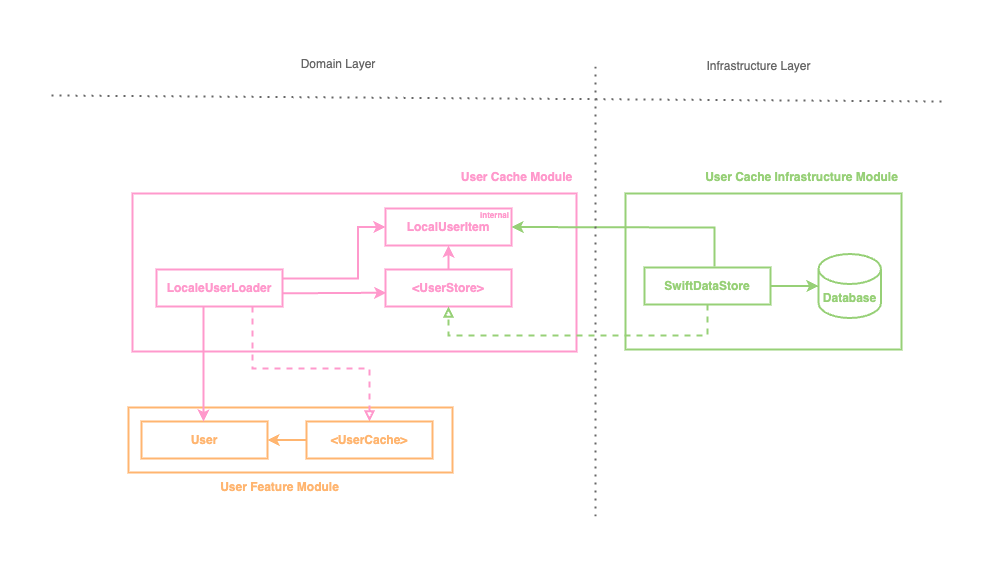
mushthak/TDDSwiftDataMVVM keeps this draw.io diagram as Architecture.png. Above is the earlier version. Source tidied: cells renumbered, new cells last; positions are measured from the earlier drawing's top-left corner, leaving out a move shared by most shapes. Source of this version:
```xml
<mxGraphModel>
  <root>
    <mxCell id="0" />
    <mxCell id="1" parent="0" />
    <mxCell id="2" style="rounded=0;whiteSpace=wrap;html=1;strokeColor=#97D077;strokeWidth=2;fontStyle=1;" parent="1" vertex="1">
      <mxGeometry x="574" y="144" width="276" height="156" as="geometry" />
    </mxCell>
    <mxCell id="3" style="rounded=0;whiteSpace=wrap;html=1;strokeColor=#FF99CC;strokeWidth=2;fontStyle=1;" parent="1" vertex="1">
      <mxGeometry x="81" y="144" width="444" height="158" as="geometry" />
    </mxCell>
    <mxCell id="4" style="rounded=0;whiteSpace=wrap;html=1;strokeColor=#FFB570;strokeWidth=2;fontStyle=1;" parent="1" vertex="1">
      <mxGeometry x="77" y="358" width="324" height="65" as="geometry" />
    </mxCell>
    <mxCell id="5" value="User" style="rounded=0;whiteSpace=wrap;html=1;strokeColor=#FFB570;strokeWidth=2;fontColor=#FFB570;fontStyle=1;" parent="1" vertex="1">
      <mxGeometry x="90" y="372" width="126" height="37" as="geometry" />
    </mxCell>
    <mxCell id="6" value="User Feature Module" style="text;html=1;align=center;verticalAlign=middle;strokeColor=none;fillColor=none;fontColor=#FFB570;fontStyle=1;" parent="1" vertex="1">
      <mxGeometry x="162" y="425" width="131" height="26" as="geometry" />
    </mxCell>
    <mxCell id="7" style="edgeStyle=orthogonalEdgeStyle;rounded=0;jettySize=auto;html=1;entryX=0;entryY=0.5;entryDx=0;entryDy=0;strokeColor=#FF99CC;strokeWidth=2;fontStyle=1;" parent="1" edge="1" source="10" target="12">
      <mxGeometry relative="1" as="geometry">
        <Array as="points">
          <mxPoint x="306.5" y="229" />
          <mxPoint x="306.5" y="178" />
        </Array>
      </mxGeometry>
    </mxCell>
    <mxCell id="8" style="edgeStyle=orthogonalEdgeStyle;rounded=0;jettySize=auto;html=1;strokeColor=#FF99CC;fontColor=#FF99CC;fontStyle=1;strokeWidth=2;exitX=0.124;exitY=0.998;exitDx=0;exitDy=0;exitPerimeter=0;entryX=0.5;entryY=0;entryDx=0;entryDy=0;" parent="1" edge="1" target="5">
      <mxGeometry relative="1" as="geometry">
        <mxPoint x="132" y="233" as="sourcePoint" />
        <Array as="points">
          <mxPoint x="152" y="233" />
          <mxPoint x="152" y="372" />
        </Array>
      </mxGeometry>
    </mxCell>
    <mxCell id="9" style="edgeStyle=orthogonalEdgeStyle;rounded=0;jettySize=auto;html=1;entryX=0.5;entryY=0;entryDx=0;entryDy=0;endArrow=block;strokeColor=#FF99CC;fontColor=#FF99CC;endFill=0;dashed=1;fontStyle=1;strokeWidth=2;" parent="1" edge="1" source="10" target="20">
      <mxGeometry relative="1" as="geometry">
        <Array as="points">
          <mxPoint x="201" y="319" />
          <mxPoint x="318" y="319" />
        </Array>
      </mxGeometry>
    </mxCell>
    <mxCell id="10" value="LocaleUserLoader" style="rounded=0;whiteSpace=wrap;html=1;strokeColor=#FF99CC;strokeWidth=2;fontColor=#FF99CC;fontStyle=1;" parent="1" vertex="1">
      <mxGeometry x="105" y="220" width="126" height="37" as="geometry" />
    </mxCell>
    <mxCell id="11" value="&amp;lt;UserStore&amp;gt;" style="rounded=0;whiteSpace=wrap;html=1;strokeColor=#FF99CC;strokeWidth=2;fontColor=#FF99CC;fontStyle=1;" parent="1" vertex="1">
      <mxGeometry x="334" y="220" width="126" height="37" as="geometry" />
    </mxCell>
    <mxCell id="12" value="LocalUserItem" style="rounded=0;whiteSpace=wrap;html=1;strokeColor=#FF99CC;strokeWidth=2;fontColor=#FF99CC;fontStyle=1;" parent="1" vertex="1">
      <mxGeometry x="334" y="159" width="126" height="37" as="geometry" />
    </mxCell>
    <mxCell id="13" style="endArrow=classic;html=1;rounded=0;strokeColor=#FF99CC;exitX=0.5;exitY=0;exitDx=0;exitDy=0;entryX=0.5;entryY=1;entryDx=0;entryDy=0;fontStyle=1;strokeWidth=2;" parent="1" edge="1" source="11" target="12">
      <mxGeometry relative="1" as="geometry" />
    </mxCell>
    <mxCell id="14" value="User Cache Module" style="text;html=1;align=center;verticalAlign=middle;strokeColor=none;fillColor=none;fontColor=#FF99CC;fontStyle=1;" parent="1" vertex="1">
      <mxGeometry x="403" y="115" width="124" height="26" as="geometry" />
    </mxCell>
    <mxCell id="15" style="edgeStyle=orthogonalEdgeStyle;rounded=0;jettySize=auto;html=1;entryX=0.5;entryY=1;entryDx=0;entryDy=0;strokeColor=#97D077;dashed=1;endArrow=block;endFill=0;strokeWidth=2;fontStyle=1;align=center;verticalAlign=middle;fontFamily=Helvetica;fontSize=12;fontColor=default;fillColor=default;exitX=0.5;exitY=1;exitDx=0;exitDy=0;" parent="1" edge="1" source="17" target="11">
      <mxGeometry relative="1" as="geometry">
        <Array as="points">
          <mxPoint x="656" y="286" />
          <mxPoint x="397" y="286" />
        </Array>
      </mxGeometry>
    </mxCell>
    <mxCell id="16" style="edgeStyle=orthogonalEdgeStyle;rounded=0;jettySize=auto;html=1;entryX=1;entryY=0.5;entryDx=0;entryDy=0;strokeColor=#97D077;strokeWidth=2;align=center;verticalAlign=middle;fontFamily=Helvetica;fontSize=12;fontColor=default;fontStyle=1;labelBackgroundColor=default;endArrow=classic;fillColor=default;exitX=0.556;exitY=-0.027;exitDx=0;exitDy=0;exitPerimeter=0;" parent="1" edge="1" source="17" target="12">
      <mxGeometry relative="1" as="geometry">
        <Array as="points">
          <mxPoint x="643" y="178" />
          <mxPoint x="596" y="178" />
        </Array>
      </mxGeometry>
    </mxCell>
    <mxCell id="17" value="SwiftDataStore" style="rounded=0;whiteSpace=wrap;html=1;strokeColor=#97D077;strokeWidth=2;fontColor=#97D077;fontStyle=1;align=center;verticalAlign=middle;fontFamily=Helvetica;fontSize=12;fillColor=default;" parent="1" vertex="1">
      <mxGeometry x="593" y="218" width="126" height="37" as="geometry" />
    </mxCell>
    <mxCell id="18" value="Database" style="shape=cylinder3;whiteSpace=wrap;html=1;boundedLbl=1;backgroundOutline=1;size=15;fillColor=default;fontColor=#97D077;strokeColor=#97D077;fontStyle=1;rounded=0;strokeWidth=2;align=center;verticalAlign=middle;fontFamily=Helvetica;fontSize=12;" parent="1" vertex="1">
      <mxGeometry x="767" y="204.5" width="62.5" height="64" as="geometry" />
    </mxCell>
    <mxCell id="19" style="endArrow=classic;html=1;rounded=0;strokeColor=#FF99CC;fontStyle=1;strokeWidth=2;exitX=0.998;exitY=0.644;exitDx=0;exitDy=0;exitPerimeter=0;entryX=0.006;entryY=0.628;entryDx=0;entryDy=0;entryPerimeter=0;" parent="1" edge="1" source="10" target="11">
      <mxGeometry relative="1" as="geometry" />
    </mxCell>
    <mxCell id="20" value="&amp;lt;UserCache&amp;gt;" style="rounded=0;whiteSpace=wrap;html=1;strokeColor=#FFB570;strokeWidth=2;fontColor=#FFB570;fontStyle=1;" parent="1" vertex="1">
      <mxGeometry x="255" y="372" width="126" height="37" as="geometry" />
    </mxCell>
    <mxCell id="21" style="edgeStyle=orthogonalEdgeStyle;rounded=0;jettySize=auto;html=1;strokeColor=#FFB570;fontColor=#FF99CC;fontStyle=1;strokeWidth=2;entryX=1;entryY=0.5;entryDx=0;entryDy=0;" parent="1" edge="1" source="20" target="5">
      <mxGeometry relative="1" as="geometry" />
    </mxCell>
    <mxCell id="22" style="edgeStyle=orthogonalEdgeStyle;rounded=0;jettySize=auto;html=1;entryX=0;entryY=0.5;entryDx=0;entryDy=0;entryPerimeter=0;strokeColor=#97D077;strokeWidth=2;align=center;verticalAlign=middle;fontFamily=Helvetica;fontSize=12;fontColor=default;fontStyle=1;labelBackgroundColor=default;endArrow=classic;fillColor=default;" parent="1" edge="1" source="17" target="18">
      <mxGeometry relative="1" as="geometry" />
    </mxCell>
    <mxCell id="23" value="User Cache Infrastructure Module" style="text;html=1;align=center;verticalAlign=middle;strokeColor=none;fillColor=none;fontColor=#97D077;fontStyle=1;" parent="1" vertex="1">
      <mxGeometry x="650.8" y="115" width="198" height="26" as="geometry" />
    </mxCell>
    <mxCell id="24" value="&lt;font style=&quot;font-size: 8px;&quot;&gt;internal&lt;/font&gt;" style="text;html=1;align=center;verticalAlign=middle;strokeColor=none;fillColor=none;fontColor=#FF99CC;fontSize=8;fontStyle=1;" parent="1" vertex="1">
      <mxGeometry x="419" y="155" width="47" height="22" as="geometry" />
    </mxCell>
    <mxCell id="25" style="endArrow=none;dashed=1;html=1;dashPattern=1 3;strokeWidth=2;rounded=0;strokeColor=#666666;" parent="1" edge="1">
      <mxGeometry relative="1" as="geometry">
        <mxPoint x="544" y="467" as="sourcePoint" />
        <mxPoint x="544" y="16" as="targetPoint" />
      </mxGeometry>
    </mxCell>
    <mxCell id="26" value="Domain Layer" style="text;html=1;align=center;verticalAlign=middle;whiteSpace=wrap;rounded=0;fontColor=#666666;" parent="1" vertex="1">
      <mxGeometry x="238" width="98" height="30" as="geometry" />
    </mxCell>
    <mxCell id="27" value="Infrastructure Layer" style="text;html=1;align=center;verticalAlign=middle;whiteSpace=wrap;rounded=0;fontColor=#666666;" parent="1" vertex="1">
      <mxGeometry x="640" y="2" width="135" height="30" as="geometry" />
    </mxCell>
    <mxCell id="28" style="endArrow=none;dashed=1;html=1;dashPattern=1 3;strokeWidth=2;rounded=0;strokeColor=#666666;" parent="1" edge="1">
      <mxGeometry relative="1" as="geometry">
        <mxPoint y="46" as="sourcePoint" />
        <mxPoint x="891" y="52" as="targetPoint" />
      </mxGeometry>
    </mxCell>
  </root>
</mxGraphModel>
```
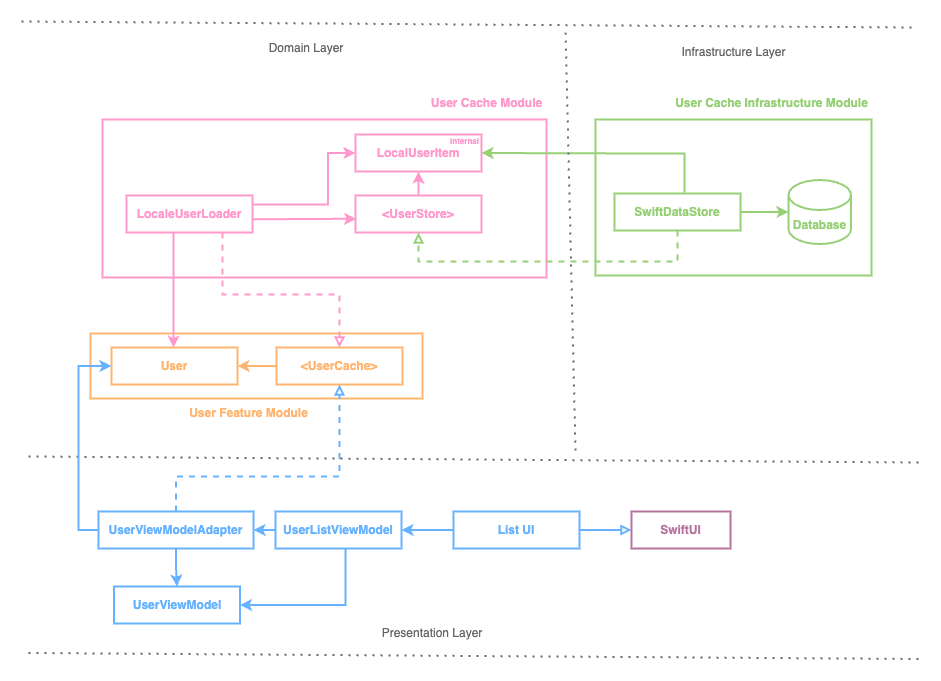
Later version of the same file.

Commit message:
Move `UserListViewModel` to it's own file in production

The edit, as a diff of the source:
```diff
@@ -9,7 +9,7 @@
       <mxGeometry x="81" y="144" width="444" height="158" as="geometry" />
     </mxCell>
     <mxCell id="4" style="rounded=0;whiteSpace=wrap;html=1;strokeColor=#FFB570;strokeWidth=2;fontStyle=1;" parent="1" vertex="1">
-      <mxGeometry x="77" y="358" width="324" height="65" as="geometry" />
+      <mxGeometry x="69" y="358" width="332" height="65" as="geometry" />
     </mxCell>
     <mxCell id="5" value="User" style="rounded=0;whiteSpace=wrap;html=1;strokeColor=#FFB570;strokeWidth=2;fontColor=#FFB570;fontStyle=1;" parent="1" vertex="1">
       <mxGeometry x="90" y="372" width="126" height="37" as="geometry" />
@@ -97,23 +97,83 @@
     <mxCell id="24" value="&lt;font style=&quot;font-size: 8px;&quot;&gt;internal&lt;/font&gt;" style="text;html=1;align=center;verticalAlign=middle;strokeColor=none;fillColor=none;fontColor=#FF99CC;fontSize=8;fontStyle=1;" parent="1" vertex="1">
       <mxGeometry x="419" y="155" width="47" height="22" as="geometry" />
     </mxCell>
-    <mxCell id="25" style="endArrow=none;dashed=1;html=1;dashPattern=1 3;strokeWidth=2;rounded=0;strokeColor=#666666;" parent="1" edge="1">
-      <mxGeometry relative="1" as="geometry">
-        <mxPoint x="544" y="467" as="sourcePoint" />
-        <mxPoint x="544" y="16" as="targetPoint" />
-      </mxGeometry>
+    <mxCell id="25" value="Domain Layer" style="text;html=1;align=center;verticalAlign=middle;whiteSpace=wrap;rounded=0;fontColor=#666666;" parent="1" vertex="1">
+      <mxGeometry x="236" y="58" width="98" height="30" as="geometry" />
     </mxCell>
-    <mxCell id="26" value="Domain Layer" style="text;html=1;align=center;verticalAlign=middle;whiteSpace=wrap;rounded=0;fontColor=#666666;" parent="1" vertex="1">
-      <mxGeometry x="238" width="98" height="30" as="geometry" />
+    <mxCell id="26" value="Infrastructure Layer" style="text;html=1;align=center;verticalAlign=middle;whiteSpace=wrap;rounded=0;fontColor=#666666;" parent="1" vertex="1">
+      <mxGeometry x="644.5" y="62" width="135" height="30" as="geometry" />
     </mxCell>
-    <mxCell id="27" value="Infrastructure Layer" style="text;html=1;align=center;verticalAlign=middle;whiteSpace=wrap;rounded=0;fontColor=#666666;" parent="1" vertex="1">
-      <mxGeometry x="640" y="2" width="135" height="30" as="geometry" />
+    <mxCell id="27" style="endArrow=none;dashed=1;html=1;dashPattern=1 3;strokeWidth=2;rounded=0;strokeColor=#666666;" parent="1" edge="1">
+      <mxGeometry relative="1" as="geometry">
+        <mxPoint y="46" as="sourcePoint" />
+        <mxPoint x="891" y="52" as="targetPoint" />
+      </mxGeometry>
     </mxCell>
     <mxCell id="28" style="endArrow=none;dashed=1;html=1;dashPattern=1 3;strokeWidth=2;rounded=0;strokeColor=#666666;" parent="1" edge="1">
       <mxGeometry relative="1" as="geometry">
-        <mxPoint y="46" as="sourcePoint" />
-        <mxPoint x="891" y="52" as="targetPoint" />
+        <mxPoint x="7" y="481" as="sourcePoint" />
+        <mxPoint x="898" y="487" as="targetPoint" />
       </mxGeometry>
     </mxCell>
+    <mxCell id="29" value="Presentation Layer" style="text;html=1;align=center;verticalAlign=middle;whiteSpace=wrap;rounded=0;fontColor=#666666;" parent="1" vertex="1">
+      <mxGeometry x="350" y="643" width="122" height="30" as="geometry" />
+    </mxCell>
+    <mxCell id="30" style="edgeStyle=orthogonalEdgeStyle;rounded=0;jettySize=auto;html=1;entryX=1;entryY=0.5;entryDx=0;entryDy=0;strokeColor=#66B2FF;strokeWidth=2;align=center;verticalAlign=middle;fontFamily=Helvetica;fontSize=12;fontColor=#66B2FF;fontStyle=1;labelBackgroundColor=default;endArrow=classic;fillColor=default;exitX=0;exitY=0.5;exitDx=0;exitDy=0;" parent="1" edge="1" source="32" target="36">
+      <mxGeometry relative="1" as="geometry" />
+    </mxCell>
+    <mxCell id="31" style="edgeStyle=orthogonalEdgeStyle;rounded=0;jettySize=auto;html=1;entryX=1;entryY=0.5;entryDx=0;entryDy=0;strokeColor=#66B2FF;strokeWidth=2;align=center;verticalAlign=middle;fontFamily=Helvetica;fontSize=12;fontColor=#66B2FF;fontStyle=1;labelBackgroundColor=default;endArrow=classic;fillColor=default;" parent="1" edge="1" source="32" target="43">
+      <mxGeometry relative="1" as="geometry">
+        <Array as="points">
+          <mxPoint x="324" y="630" />
+        </Array>
+      </mxGeometry>
+    </mxCell>
+    <mxCell id="32" value="UserListViewModel" style="rounded=0;whiteSpace=wrap;html=1;strokeColor=#66B2FF;strokeWidth=2;fontColor=#66B2FF;fontStyle=1;" parent="1" vertex="1">
+      <mxGeometry x="254" y="536" width="126" height="37" as="geometry" />
+    </mxCell>
+    <mxCell id="33" style="edgeStyle=orthogonalEdgeStyle;rounded=0;jettySize=auto;html=1;entryX=0.5;entryY=1;entryDx=0;entryDy=0;dashed=1;strokeColor=#66B2FF;strokeWidth=2;align=center;verticalAlign=middle;fontFamily=Helvetica;fontSize=11;fontColor=default;fontStyle=1;labelBackgroundColor=default;endArrow=block;endFill=0;exitX=0.5;exitY=0;exitDx=0;exitDy=0;" parent="1" edge="1" source="36" target="20">
+      <mxGeometry relative="1" as="geometry">
+        <Array as="points">
+          <mxPoint x="155" y="501" />
+          <mxPoint x="318" y="501" />
+        </Array>
+      </mxGeometry>
+    </mxCell>
+    <mxCell id="34" style="edgeStyle=orthogonalEdgeStyle;rounded=0;jettySize=auto;html=1;entryX=0;entryY=0.5;entryDx=0;entryDy=0;strokeColor=#66B2FF;strokeWidth=2;align=center;verticalAlign=middle;fontFamily=Helvetica;fontSize=12;fontColor=#66B2FF;fontStyle=1;labelBackgroundColor=default;endArrow=classic;fillColor=default;exitX=0;exitY=0.5;exitDx=0;exitDy=0;" parent="1" edge="1" source="36" target="5">
+      <mxGeometry relative="1" as="geometry" />
+    </mxCell>
+    <mxCell id="35" style="edgeStyle=orthogonalEdgeStyle;rounded=0;jettySize=auto;html=1;strokeColor=#66B2FF;strokeWidth=2;align=center;verticalAlign=middle;fontFamily=Helvetica;fontSize=12;fontColor=#66B2FF;fontStyle=1;labelBackgroundColor=default;endArrow=classic;fillColor=default;" parent="1" edge="1" source="36" target="43">
+      <mxGeometry relative="1" as="geometry" />
+    </mxCell>
+    <mxCell id="36" value="UserViewModelAdapter" style="rounded=0;whiteSpace=wrap;html=1;strokeColor=#66B2FF;strokeWidth=2;fontColor=#66B2FF;fontStyle=1;" parent="1" vertex="1">
+      <mxGeometry x="77" y="536" width="155" height="37" as="geometry" />
+    </mxCell>
+    <mxCell id="37" style="edgeStyle=orthogonalEdgeStyle;rounded=0;jettySize=auto;html=1;strokeColor=#66B2FF;strokeWidth=2;align=center;verticalAlign=middle;fontFamily=Helvetica;fontSize=12;fontColor=#66B2FF;fontStyle=1;labelBackgroundColor=default;endArrow=classic;fillColor=default;" parent="1" edge="1" source="39" target="32">
+      <mxGeometry relative="1" as="geometry" />
+    </mxCell>
+    <mxCell id="38" style="edgeStyle=orthogonalEdgeStyle;rounded=0;jettySize=auto;html=1;entryX=0;entryY=0.5;entryDx=0;entryDy=0;strokeColor=#66B2FF;strokeWidth=2;align=center;verticalAlign=middle;fontFamily=Helvetica;fontSize=12;fontColor=#66B2FF;fontStyle=1;fillColor=default;endArrow=block;endFill=0;" parent="1" edge="1" source="39" target="40">
+      <mxGeometry relative="1" as="geometry" />
+    </mxCell>
+    <mxCell id="39" value="List UI" style="rounded=0;whiteSpace=wrap;html=1;strokeColor=#66B2FF;strokeWidth=2;fontStyle=1;fontColor=#66B2FF;align=center;verticalAlign=middle;fontFamily=Helvetica;fontSize=12;fillColor=default;" parent="1" vertex="1">
+      <mxGeometry x="432" y="536" width="126" height="37" as="geometry" />
+    </mxCell>
+    <mxCell id="40" value="SwiftUI" style="rounded=0;whiteSpace=wrap;html=1;strokeColor=#B5739D;strokeWidth=2;fontStyle=1;fontColor=#B5739D;align=center;verticalAlign=middle;fontFamily=Helvetica;fontSize=12;fillColor=default;" parent="1" vertex="1">
+      <mxGeometry x="610" y="536" width="99" height="37" as="geometry" />
+    </mxCell>
+    <mxCell id="41" style="endArrow=none;dashed=1;html=1;dashPattern=1 3;strokeWidth=2;rounded=0;strokeColor=#666666;" parent="1" edge="1">
+      <mxGeometry relative="1" as="geometry">
+        <mxPoint x="554" y="475" as="sourcePoint" />
+        <mxPoint x="544" y="53" as="targetPoint" />
+      </mxGeometry>
+    </mxCell>
+    <mxCell id="42" style="endArrow=none;dashed=1;html=1;dashPattern=1 3;strokeWidth=2;rounded=0;strokeColor=#666666;" parent="1" edge="1">
+      <mxGeometry relative="1" as="geometry">
+        <mxPoint x="7" y="677.5" as="sourcePoint" />
+        <mxPoint x="898" y="683.5" as="targetPoint" />
+      </mxGeometry>
+    </mxCell>
+    <mxCell id="43" value="UserViewModel" style="rounded=0;whiteSpace=wrap;html=1;strokeColor=#66B2FF;strokeWidth=2;fontColor=#66B2FF;fontStyle=1;" parent="1" vertex="1">
+      <mxGeometry x="92.5" y="611" width="126" height="37" as="geometry" />
+    </mxCell>
   </root>
 </mxGraphModel>
```
